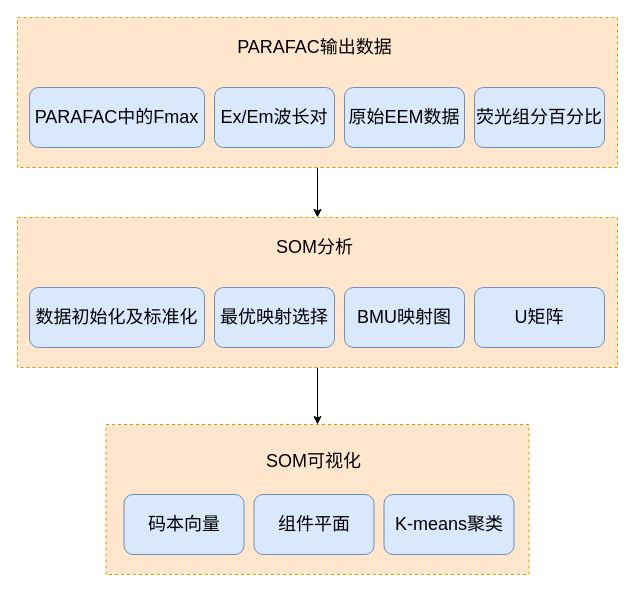
The draw.io diagram PARAFAC组分的SOM算法流程图.drawio in WienWong/Misc, before the edit. Source tidied: cells renumbered, new cells numbered last; positions are measured from the earlier drawing's top-left corner, leaving out a move shared by most shapes. Both pictures are drawn from the tidied source at 100%, with x=0, y=0 at pixel (17, 17).
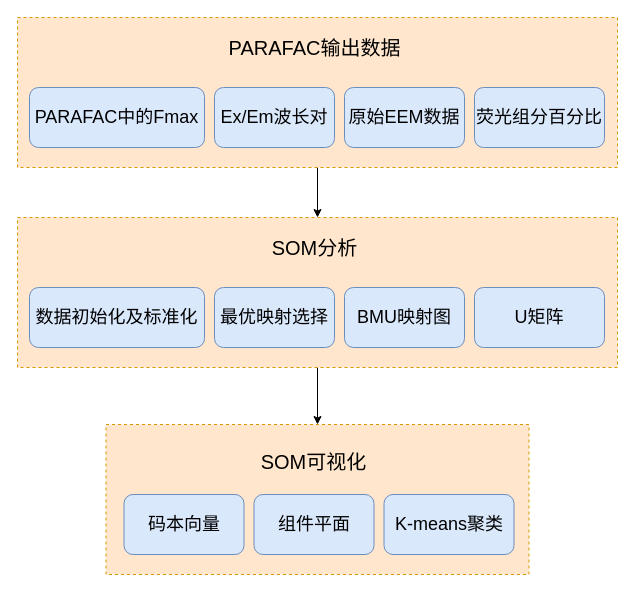
Above is the later version.

Commit message (it also covers changes not shown here):
Update PARAFAC组分的SOM算法流程图.drawio

Diff of the diagram source:
```diff
@@
-    <mxCell id="5" value="&lt;span style=&quot;font-size: 18px&quot;&gt;PARAFAC输出数据&lt;/span&gt;" style="text;html=1;strokeColor=none;fillColor=none;align=center;verticalAlign=middle;whiteSpace=wrap;rounded=0;" parent="1" vertex="1">
+    <mxCell id="5" value="&lt;font style=&quot;font-size: 20px&quot;&gt;PARAFAC输出数据&lt;/font&gt;" style="text;html=1;strokeColor=none;fillColor=none;align=center;verticalAlign=middle;whiteSpace=wrap;rounded=0;fontSize=20;" parent="1" vertex="1">
       <mxGeometry x="199.5" y="10" width="195" height="40" as="geometry" />
     </mxCell>
@@
-    <mxCell id="12" value="&lt;span style=&quot;font-size: 18px&quot;&gt;SOM分析&lt;/span&gt;" style="text;html=1;strokeColor=none;fillColor=none;align=center;verticalAlign=middle;whiteSpace=wrap;rounded=0;" parent="1" vertex="1">
+    <mxCell id="12" value="&lt;font style=&quot;font-size: 20px&quot;&gt;SOM分析&lt;/font&gt;" style="text;html=1;strokeColor=none;fillColor=none;align=center;verticalAlign=middle;whiteSpace=wrap;rounded=0;" parent="1" vertex="1">
       <mxGeometry x="199.5" y="210" width="195" height="40" as="geometry" />
     </mxCell>
@@
-    <mxCell id="17" value="&lt;span style=&quot;font-size: 18px&quot;&gt;SOM可视化&lt;/span&gt;" style="text;html=1;strokeColor=none;fillColor=none;align=center;verticalAlign=middle;whiteSpace=wrap;rounded=0;" parent="1" vertex="1">
+    <mxCell id="17" value="&lt;font style=&quot;font-size: 20px&quot;&gt;SOM可视化&lt;/font&gt;" style="text;html=1;strokeColor=none;fillColor=none;align=center;verticalAlign=middle;whiteSpace=wrap;rounded=0;" parent="1" vertex="1">
       <mxGeometry x="199" y="424" width="195" height="40" as="geometry" />
     </mxCell>
```
